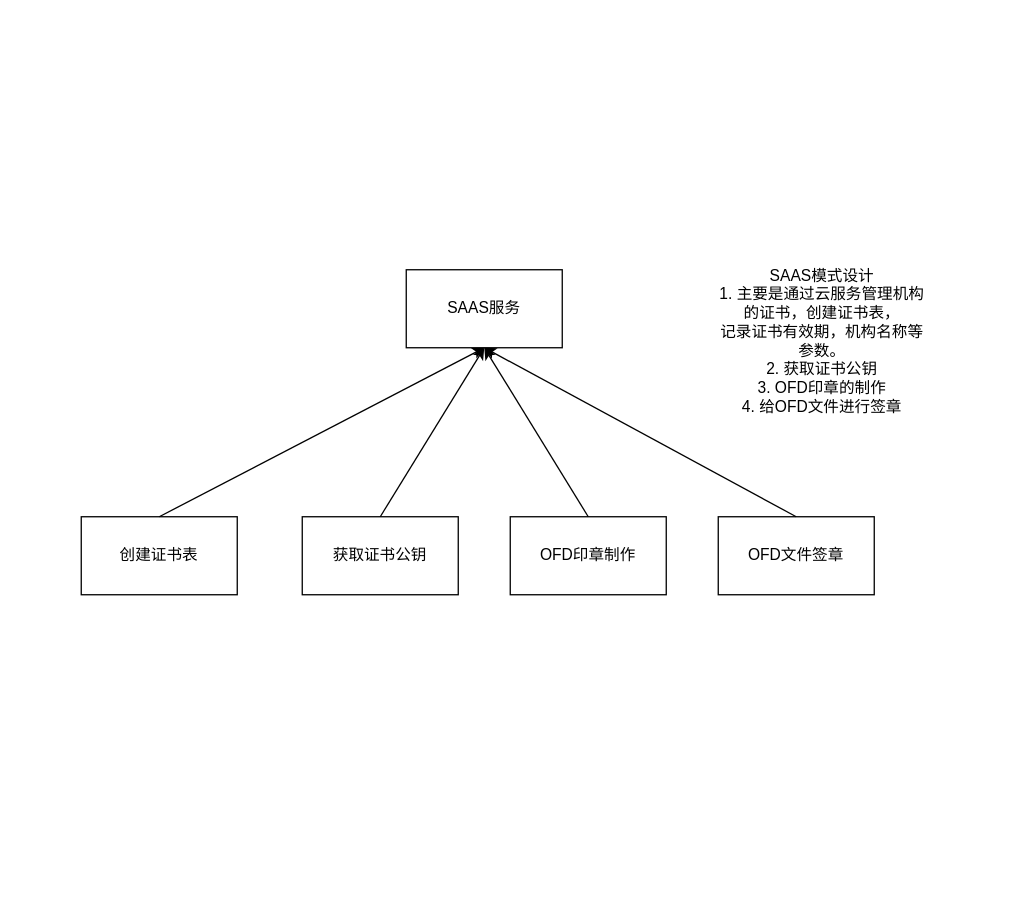
Before: page "SAAS服务" (2 of 2) of source/可信数据交换一体机功能清单.drawio in SmileCJX/processon, a draw.io diagram. Source tidied: cells renumbered, new cells numbered last; positions are measured from the earlier drawing's top-left corner, leaving out a move shared by most shapes. Both pictures are drawn from the tidied source at 130%, with x=0, y=0 at pixel (81, 217).
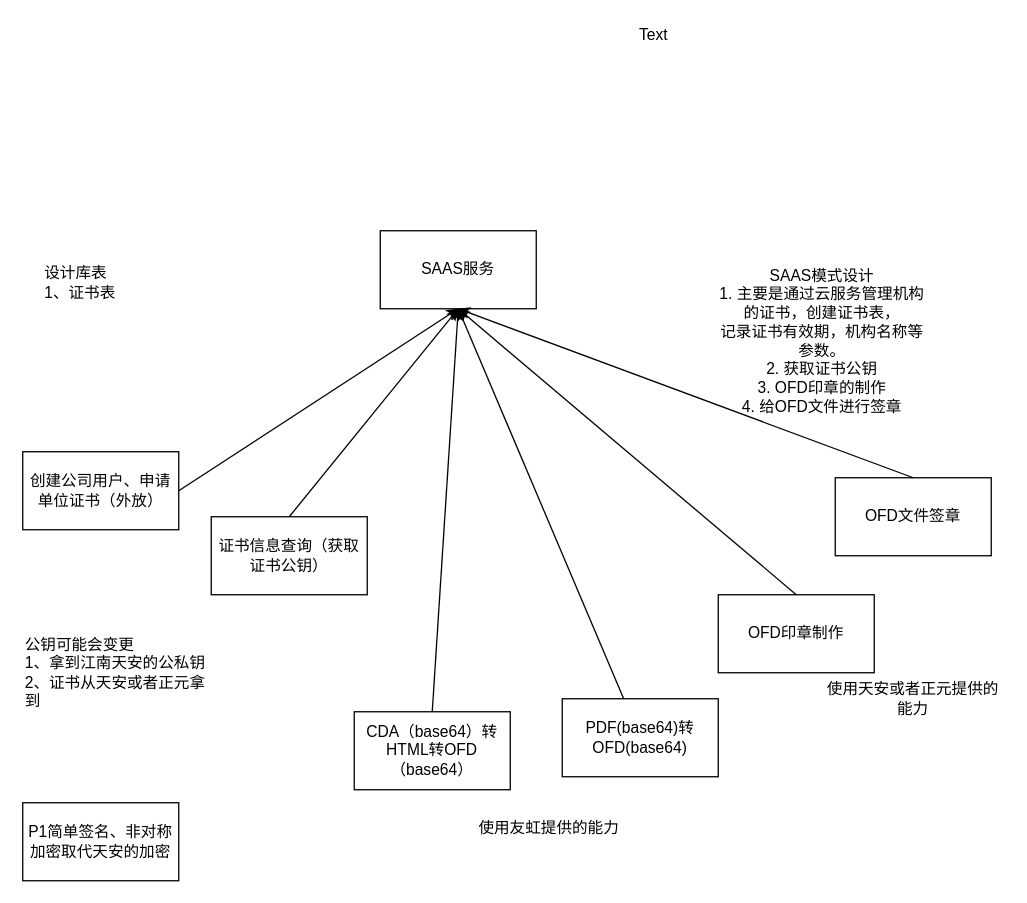
The same page after the edit.

The edit, as a diff of the source:
```diff
@@
     <mxCell id="2" value="SAAS服务" style="rounded=0;whiteSpace=wrap;html=1;" parent="1" vertex="1">
-      <mxGeometry x="250" y="40" width="120" height="60" as="geometry" />
+      <mxGeometry x="230" y="10" width="120" height="60" as="geometry" />
     </mxCell>
-    <mxCell id="3" value="创建证书表" style="rounded=0;whiteSpace=wrap;html=1;" parent="1" vertex="1">
-      <mxGeometry y="230" width="120" height="60" as="geometry" />
-    </mxCell>
@@
-    <mxCell id="5" style="endArrow=classic;html=1;exitX=0.5;exitY=0;exitDx=0;exitDy=0;entryX=0.5;entryY=1;entryDx=0;entryDy=0;" parent="1" edge="1" source="3" target="2">
-      <mxGeometry relative="1" as="geometry" />
-    </mxCell>
-    <mxCell id="6" value="获取证书公钥" style="rounded=0;whiteSpace=wrap;html=1;" parent="1" vertex="1">
-      <mxGeometry x="170" y="230" width="120" height="60" as="geometry" />
+    <mxCell id="6" value="证书信息查询（获取证书公钥）" style="rounded=0;whiteSpace=wrap;html=1;" parent="1" vertex="1">
+      <mxGeometry x="100" y="230" width="120" height="60" as="geometry" />
     </mxCell>
@@
     <mxCell id="8" value="OFD印章制作" style="rounded=0;whiteSpace=wrap;html=1;" parent="1" vertex="1">
-      <mxGeometry x="330" y="230" width="120" height="60" as="geometry" />
+      <mxGeometry x="490" y="290" width="120" height="60" as="geometry" />
     </mxCell>
@@
     <mxCell id="10" value="OFD文件签章" style="rounded=0;whiteSpace=wrap;html=1;" parent="1" vertex="1">
-      <mxGeometry x="490" y="230" width="120" height="60" as="geometry" />
+      <mxGeometry x="580" y="200" width="120" height="60" as="geometry" />
     </mxCell>
@@
+    <mxCell id="12" value="设计库表&lt;br&gt;1、证书表" style="text;html=1;strokeColor=none;fillColor=none;align=left;verticalAlign=middle;whiteSpace=wrap;rounded=0;" parent="1" vertex="1">
+      <mxGeometry x="-30" y="40" width="120" height="20" as="geometry" />
+    </mxCell>
+    <mxCell id="13" value="公钥可能会变更&lt;br&gt;1、拿到江南天安的公私钥&lt;br&gt;2、证书从天安或者正元拿到" style="text;html=1;strokeColor=none;fillColor=none;align=left;verticalAlign=middle;whiteSpace=wrap;rounded=0;" parent="1" vertex="1">
+      <mxGeometry x="-45" y="310" width="150" height="80" as="geometry" />
+    </mxCell>
+    <mxCell id="14" value="CDA（base64）转HTML转OFD（base64）" style="rounded=0;whiteSpace=wrap;html=1;" parent="1" vertex="1">
+      <mxGeometry x="210" y="380" width="120" height="60" as="geometry" />
+    </mxCell>
+    <mxCell id="15" value="PDF(base64)转OFD(base64)" style="rounded=0;whiteSpace=wrap;html=1;" parent="1" vertex="1">
+      <mxGeometry x="370" y="370" width="120" height="60" as="geometry" />
+    </mxCell>
+    <mxCell id="16" style="endArrow=classic;html=1;entryX=0.5;entryY=1;entryDx=0;entryDy=0;exitX=0.5;exitY=0;exitDx=0;exitDy=0;" parent="1" edge="1" source="14" target="2">
+      <mxGeometry relative="1" as="geometry" />
+    </mxCell>
+    <mxCell id="17" style="endArrow=classic;html=1;entryX=0.5;entryY=1;entryDx=0;entryDy=0;" parent="1" edge="1" source="15" target="2">
+      <mxGeometry relative="1" as="geometry" />
+    </mxCell>
+    <mxCell id="18" value="使用友虹提供的能力" style="text;html=1;strokeColor=none;fillColor=none;align=center;verticalAlign=middle;whiteSpace=wrap;rounded=0;" parent="1" vertex="1">
+      <mxGeometry x="290" y="460" width="140" height="20" as="geometry" />
+    </mxCell>
+    <mxCell id="19" value="使用天安或者正元提供的能力" style="text;html=1;strokeColor=none;fillColor=none;align=center;verticalAlign=middle;whiteSpace=wrap;rounded=0;" parent="1" vertex="1">
+      <mxGeometry x="570" y="360" width="140" height="20" as="geometry" />
+    </mxCell>
+    <mxCell id="20" value="创建公司用户、申请单位证书（外放）" style="rounded=0;whiteSpace=wrap;html=1;" parent="1" vertex="1">
+      <mxGeometry x="-45" y="180" width="120" height="60" as="geometry" />
+    </mxCell>
+    <mxCell id="21" style="endArrow=classic;html=1;entryX=0.5;entryY=1;entryDx=0;entryDy=0;exitX=1;exitY=0.5;exitDx=0;exitDy=0;" parent="1" edge="1" source="20" target="2">
+      <mxGeometry relative="1" as="geometry" />
+    </mxCell>
+    <mxCell id="22" value="P1简单签名、非对称加密取代天安的加密" style="rounded=0;whiteSpace=wrap;html=1;" parent="1" vertex="1">
+      <mxGeometry x="-45" y="450" width="120" height="60" as="geometry" />
+    </mxCell>
+    <mxCell id="23" value="Text" style="text;html=1;align=center;verticalAlign=middle;" parent="1" vertex="1">
+      <mxGeometry x="420" y="-150" width="40" height="20" as="geometry" />
+    </mxCell>
```
